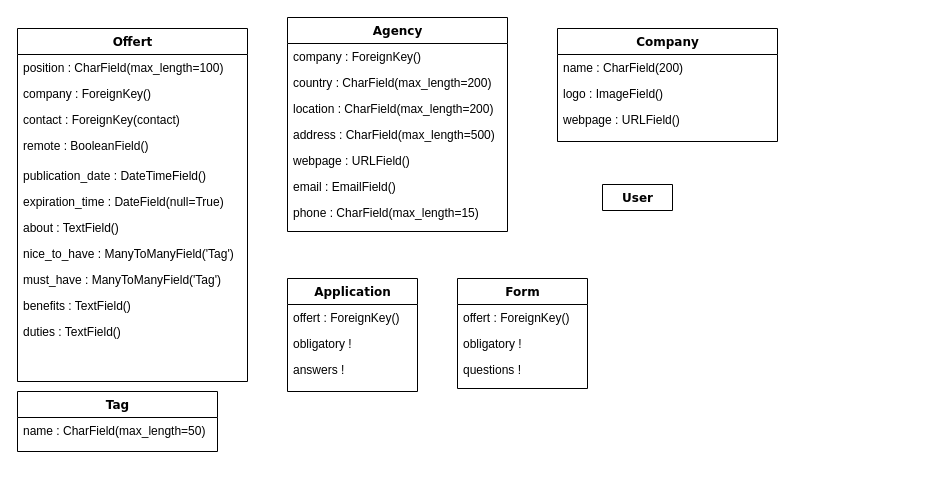
Above: Model diagram.drawio in praglis/PortalPracy (draw.io), before the change. Source tidied: cells renumbered, new cells numbered last; positions are measured from the earlier drawing's top-left corner, leaving out a move shared by most shapes. Both pictures are drawn from the tidied source at 100%, with x=0, y=0 at pixel (17, 17).
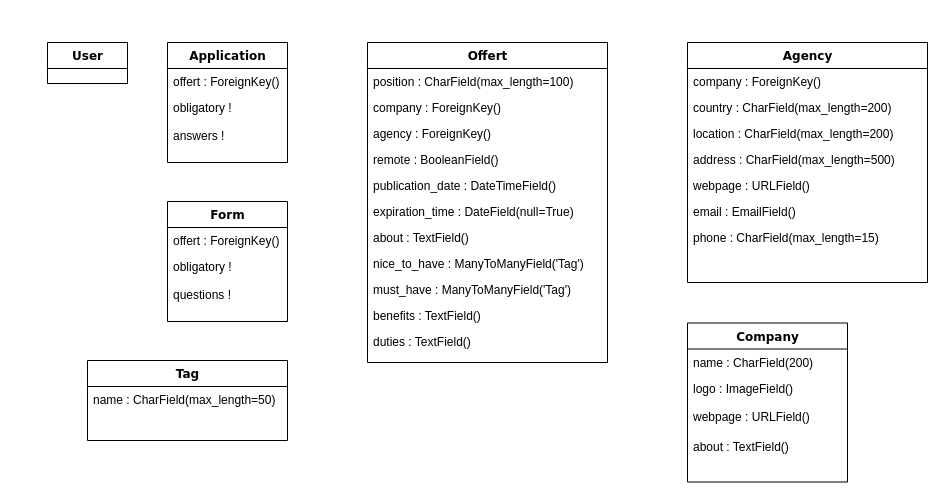
The same diagram, later.

Commit message:
Model diagram updated: added _about_ field to the **Company** model.

Change to the diagram source:
```diff
@@
     <mxCell id="2" value="Offert" style="swimlane;html=1;fontStyle=1;align=center;verticalAlign=top;horizontal=1;startSize=26;swimlaneFillColor=#ffffff;rounded=0;shadow=0;comic=0;labelBackgroundColor=none;strokeColor=#000000;strokeWidth=1;fillColor=none;fontFamily=Verdana;fontSize=12;fontColor=#000000;" parent="1" vertex="1">
-      <mxGeometry y="11" width="230" height="353" as="geometry" />
+      <mxGeometry x="350" y="25" width="240" height="320" as="geometry" />
     </mxCell>
     <mxCell id="3" value="position : CharField(max_length=100)" style="text;html=1;strokeColor=none;fillColor=none;align=left;verticalAlign=top;spacingLeft=4;spacingRight=4;whiteSpace=wrap;overflow=hidden;" parent="2" vertex="1">
-      <mxGeometry y="26" width="230" height="26" as="geometry" />
+      <mxGeometry y="26" width="240" height="26" as="geometry" />
     </mxCell>
     <mxCell id="4" value="company : ForeignKey()&lt;br&gt;&lt;br&gt;" style="text;html=1;strokeColor=none;fillColor=none;align=left;verticalAlign=top;spacingLeft=4;spacingRight=4;whiteSpace=wrap;overflow=hidden;" parent="2" vertex="1">
-      <mxGeometry y="52" width="230" height="26" as="geometry" />
+      <mxGeometry y="52" width="240" height="26" as="geometry" />
     </mxCell>
-    <mxCell id="5" value="contact : ForeignKey(contact)" style="text;html=1;strokeColor=none;fillColor=none;align=left;verticalAlign=top;spacingLeft=4;spacingRight=4;whiteSpace=wrap;overflow=hidden;" parent="2" vertex="1">
-      <mxGeometry y="78" width="230" height="26" as="geometry" />
+    <mxCell id="5" value="agency : ForeignKey()" style="text;html=1;strokeColor=none;fillColor=none;align=left;verticalAlign=top;spacingLeft=4;spacingRight=4;whiteSpace=wrap;overflow=hidden;" parent="2" vertex="1">
+      <mxGeometry y="78" width="240" height="26" as="geometry" />
     </mxCell>
     <mxCell id="6" value="remote : BooleanField()" style="text;html=1;strokeColor=none;fillColor=none;align=left;verticalAlign=top;spacingLeft=4;spacingRight=4;whiteSpace=wrap;overflow=hidden;" parent="2" vertex="1">
-      <mxGeometry y="104" width="230" height="30" as="geometry" />
+      <mxGeometry y="104" width="240" height="26" as="geometry" />
     </mxCell>
     <mxCell id="7" value="publication_date : DateTimeField()" style="text;html=1;strokeColor=none;fillColor=none;align=left;verticalAlign=top;spacingLeft=4;spacingRight=4;whiteSpace=wrap;overflow=hidden;" parent="2" vertex="1">
-      <mxGeometry y="134" width="230" height="26" as="geometry" />
+      <mxGeometry y="130" width="240" height="26" as="geometry" />
     </mxCell>
     <mxCell id="8" value="expiration_time : DateField(null=True)" style="text;html=1;strokeColor=none;fillColor=none;align=left;verticalAlign=top;spacingLeft=4;spacingRight=4;whiteSpace=wrap;overflow=hidden;" parent="2" vertex="1">
-      <mxGeometry y="160" width="230" height="26" as="geometry" />
+      <mxGeometry y="156" width="240" height="26" as="geometry" />
     </mxCell>
     <mxCell id="9" value="about : TextField()" style="text;html=1;strokeColor=none;fillColor=none;align=left;verticalAlign=top;spacingLeft=4;spacingRight=4;whiteSpace=wrap;overflow=hidden;" parent="2" vertex="1">
-      <mxGeometry y="186" width="230" height="26" as="geometry" />
+      <mxGeometry y="182" width="240" height="26" as="geometry" />
     </mxCell>
     <mxCell id="10" value="nice_to_have : ManyToManyField('Tag')" style="text;html=1;strokeColor=none;fillColor=none;align=left;verticalAlign=top;spacingLeft=4;spacingRight=4;whiteSpace=wrap;overflow=hidden;" parent="2" vertex="1">
-      <mxGeometry y="212" width="230" height="26" as="geometry" />
+      <mxGeometry y="208" width="240" height="26" as="geometry" />
     </mxCell>
     <mxCell id="11" value="must_have : ManyToManyField('Tag')" style="text;html=1;strokeColor=none;fillColor=none;align=left;verticalAlign=top;spacingLeft=4;spacingRight=4;whiteSpace=wrap;overflow=hidden;" parent="2" vertex="1">
-      <mxGeometry y="238" width="230" height="26" as="geometry" />
+      <mxGeometry y="234" width="240" height="26" as="geometry" />
     </mxCell>
     <mxCell id="12" value="benefits : TextField()" style="text;html=1;strokeColor=none;fillColor=none;align=left;verticalAlign=top;spacingLeft=4;spacingRight=4;whiteSpace=wrap;overflow=hidden;" parent="2" vertex="1">
-      <mxGeometry y="264" width="230" height="26" as="geometry" />
+      <mxGeometry y="260" width="240" height="26" as="geometry" />
     </mxCell>
     <mxCell id="13" value="duties : TextField()&lt;br&gt;" style="text;html=1;strokeColor=none;fillColor=none;align=left;verticalAlign=top;spacingLeft=4;spacingRight=4;whiteSpace=wrap;overflow=hidden;" parent="2" vertex="1">
-      <mxGeometry y="290" width="230" height="26" as="geometry" />
+      <mxGeometry y="286" width="240" height="34" as="geometry" />
     </mxCell>
     <mxCell id="14" value="Agency" style="swimlane;html=1;fontStyle=1;align=center;verticalAlign=top;horizontal=1;startSize=26;swimlaneFillColor=#ffffff;rounded=0;shadow=0;comic=0;labelBackgroundColor=none;strokeColor=#000000;strokeWidth=1;fillColor=none;fontFamily=Verdana;fontSize=12;fontColor=#000000;" parent="1" vertex="1">
-      <mxGeometry x="270" width="220" height="214" as="geometry" />
+      <mxGeometry x="670" y="25" width="240" height="240" as="geometry" />
     </mxCell>
     <mxCell id="15" value="company : ForeignKey()" style="text;html=1;strokeColor=none;fillColor=none;align=left;verticalAlign=top;spacingLeft=4;spacingRight=4;whiteSpace=wrap;overflow=hidden;" parent="14" vertex="1">
-      <mxGeometry y="26" width="220" height="26" as="geometry" />
+      <mxGeometry y="26" width="240" height="26" as="geometry" />
     </mxCell>
     <mxCell id="16" value="country : CharField(max_length=200)" style="text;html=1;strokeColor=none;fillColor=none;align=left;verticalAlign=top;spacingLeft=4;spacingRight=4;whiteSpace=wrap;overflow=hidden;" parent="14" vertex="1">
-      <mxGeometry y="52" width="220" height="26" as="geometry" />
+      <mxGeometry y="52" width="240" height="26" as="geometry" />
     </mxCell>
     <mxCell id="17" value="location : CharField(max_length=200)" style="text;html=1;strokeColor=none;fillColor=none;align=left;verticalAlign=top;spacingLeft=4;spacingRight=4;whiteSpace=wrap;overflow=hidden;" parent="14" vertex="1">
-      <mxGeometry y="78" width="220" height="26" as="geometry" />
+      <mxGeometry y="78" width="240" height="26" as="geometry" />
     </mxCell>
     <mxCell id="18" value="address : CharField(max_length=500)" style="text;html=1;strokeColor=none;fillColor=none;align=left;verticalAlign=top;spacingLeft=4;spacingRight=4;whiteSpace=wrap;overflow=hidden;" parent="14" vertex="1">
-      <mxGeometry y="104" width="220" height="26" as="geometry" />
+      <mxGeometry y="104" width="240" height="26" as="geometry" />
     </mxCell>
     <mxCell id="19" value="webpage : URLField()" style="text;html=1;strokeColor=none;fillColor=none;align=left;verticalAlign=top;spacingLeft=4;spacingRight=4;whiteSpace=wrap;overflow=hidden;" parent="14" vertex="1">
-      <mxGeometry y="130" width="220" height="26" as="geometry" />
+      <mxGeometry y="130" width="240" height="26" as="geometry" />
     </mxCell>
     <mxCell id="20" value="email : EmailField()" style="text;html=1;strokeColor=none;fillColor=none;align=left;verticalAlign=top;spacingLeft=4;spacingRight=4;whiteSpace=wrap;overflow=hidden;" parent="14" vertex="1">
-      <mxGeometry y="156" width="220" height="26" as="geometry" />
+      <mxGeometry y="156" width="240" height="26" as="geometry" />
     </mxCell>
     <mxCell id="21" value="phone : CharField(max_length=15)" style="text;html=1;strokeColor=none;fillColor=none;align=left;verticalAlign=top;spacingLeft=4;spacingRight=4;whiteSpace=wrap;overflow=hidden;" parent="14" vertex="1">
-      <mxGeometry y="182" width="220" height="26" as="geometry" />
+      <mxGeometry y="182" width="240" height="58" as="geometry" />
     </mxCell>
     <mxCell id="22" value="Company" style="swimlane;html=1;fontStyle=1;align=center;verticalAlign=top;horizontal=1;startSize=26;swimlaneFillColor=#ffffff;rounded=0;shadow=0;comic=0;labelBackgroundColor=none;strokeColor=#000000;strokeWidth=1;fillColor=none;fontFamily=Verdana;fontSize=12;fontColor=#000000;" parent="1" vertex="1">
-      <mxGeometry x="540" y="11" width="220" height="113" as="geometry" />
+      <mxGeometry x="670" y="305.5" width="160" height="159" as="geometry" />
     </mxCell>
     <mxCell id="23" value="name : CharField(200)" style="text;html=1;strokeColor=none;fillColor=none;align=left;verticalAlign=top;spacingLeft=4;spacingRight=4;whiteSpace=wrap;overflow=hidden;" parent="22" vertex="1">
-      <mxGeometry y="26" width="220" height="26" as="geometry" />
+      <mxGeometry y="26" width="160" height="26" as="geometry" />
     </mxCell>
     <mxCell id="24" value="logo : ImageField()" style="text;html=1;strokeColor=none;fillColor=none;align=left;verticalAlign=top;spacingLeft=4;spacingRight=4;whiteSpace=wrap;overflow=hidden;" parent="22" vertex="1">
-      <mxGeometry y="52" width="220" height="26" as="geometry" />
+      <mxGeometry y="52" width="160" height="28" as="geometry" />
     </mxCell>
     <mxCell id="25" value="webpage : URLField()" style="text;html=1;strokeColor=none;fillColor=none;align=left;verticalAlign=top;spacingLeft=4;spacingRight=4;whiteSpace=wrap;overflow=hidden;" parent="22" vertex="1">
-      <mxGeometry y="78" width="220" height="26" as="geometry" />
+      <mxGeometry y="80" width="160" height="30" as="geometry" />
     </mxCell>
+    <mxCell id="37" value="about : TextField()" style="text;html=1;strokeColor=none;fillColor=none;align=left;verticalAlign=top;spacingLeft=4;spacingRight=4;whiteSpace=wrap;overflow=hidden;" parent="22" vertex="1">
+      <mxGeometry y="110" width="160" height="26" as="geometry" />
+    </mxCell>
-    <mxCell id="26" value="User" style="swimlane;html=1;fontStyle=1;align=center;verticalAlign=top;horizontal=1;startSize=26;swimlaneFillColor=#ffffff;rounded=0;shadow=0;comic=0;labelBackgroundColor=none;strokeColor=#000000;strokeWidth=1;fillColor=none;fontFamily=Verdana;fontSize=12;fontColor=#000000;" parent="1" vertex="1" collapsed="1">
-      <mxGeometry x="585" y="167" width="70" height="26" as="geometry" />
+    <mxCell id="26" value="User" style="swimlane;html=1;fontStyle=1;align=center;verticalAlign=top;horizontal=1;startSize=26;swimlaneFillColor=#ffffff;rounded=0;shadow=0;comic=0;labelBackgroundColor=none;strokeColor=#000000;strokeWidth=1;fillColor=none;fontFamily=Verdana;fontSize=12;fontColor=#000000;" parent="1" vertex="1">
+      <mxGeometry x="30" y="25" width="80" height="41" as="geometry" />
     </mxCell>
     <mxCell id="27" value="Application" style="swimlane;html=1;fontStyle=1;align=center;verticalAlign=top;horizontal=1;startSize=26;swimlaneFillColor=#ffffff;rounded=0;shadow=0;comic=0;labelBackgroundColor=none;strokeColor=#000000;strokeWidth=1;fillColor=none;fontFamily=Verdana;fontSize=12;fontColor=#000000;" parent="1" vertex="1">
-      <mxGeometry x="270" y="261" width="130" height="113" as="geometry" />
+      <mxGeometry x="150" y="25" width="120" height="120" as="geometry" />
     </mxCell>
     <mxCell id="28" value="offert : ForeignKey()&lt;br&gt;&lt;br&gt;" style="text;html=1;strokeColor=none;fillColor=none;align=left;verticalAlign=top;spacingLeft=4;spacingRight=4;whiteSpace=wrap;overflow=hidden;" parent="27" vertex="1">
-      <mxGeometry y="26" width="130" height="26" as="geometry" />
+      <mxGeometry y="26" width="120" height="26" as="geometry" />
     </mxCell>
     <mxCell id="29" value="obligatory !&lt;br&gt;" style="text;html=1;strokeColor=none;fillColor=none;align=left;verticalAlign=top;spacingLeft=4;spacingRight=4;whiteSpace=wrap;overflow=hidden;" parent="27" vertex="1">
-      <mxGeometry y="52" width="130" height="26" as="geometry" />
+      <mxGeometry y="52" width="120" height="28" as="geometry" />
     </mxCell>
     <mxCell id="30" value="answers !&lt;br&gt;" style="text;html=1;strokeColor=none;fillColor=none;align=left;verticalAlign=top;spacingLeft=4;spacingRight=4;whiteSpace=wrap;overflow=hidden;" parent="27" vertex="1">
-      <mxGeometry y="78" width="130" height="26" as="geometry" />
+      <mxGeometry y="80" width="120" height="40" as="geometry" />
     </mxCell>
     <mxCell id="31" value="Form" style="swimlane;html=1;fontStyle=1;align=center;verticalAlign=top;horizontal=1;startSize=26;swimlaneFillColor=#ffffff;rounded=0;shadow=0;comic=0;labelBackgroundColor=none;strokeColor=#000000;strokeWidth=1;fillColor=none;fontFamily=Verdana;fontSize=12;fontColor=#000000;" parent="1" vertex="1">
-      <mxGeometry x="440" y="261" width="130" height="110" as="geometry" />
+      <mxGeometry x="150" y="184" width="120" height="120" as="geometry" />
     </mxCell>
     <mxCell id="32" value="offert : ForeignKey()&lt;br&gt;&lt;br&gt;" style="text;html=1;strokeColor=none;fillColor=none;align=left;verticalAlign=top;spacingLeft=4;spacingRight=4;whiteSpace=wrap;overflow=hidden;" parent="31" vertex="1">
-      <mxGeometry y="26" width="130" height="26" as="geometry" />
+      <mxGeometry y="26" width="120" height="26" as="geometry" />
     </mxCell>
     <mxCell id="33" value="obligatory !&lt;br&gt;" style="text;html=1;strokeColor=none;fillColor=none;align=left;verticalAlign=top;spacingLeft=4;spacingRight=4;whiteSpace=wrap;overflow=hidden;" parent="31" vertex="1">
-      <mxGeometry y="52" width="130" height="26" as="geometry" />
+      <mxGeometry y="52" width="120" height="28" as="geometry" />
     </mxCell>
     <mxCell id="34" value="questions !&lt;br&gt;" style="text;html=1;strokeColor=none;fillColor=none;align=left;verticalAlign=top;spacingLeft=4;spacingRight=4;whiteSpace=wrap;overflow=hidden;" parent="31" vertex="1">
-      <mxGeometry y="78" width="130" height="26" as="geometry" />
+      <mxGeometry y="80" width="120" height="26" as="geometry" />
     </mxCell>
     <mxCell id="35" value="Tag" style="swimlane;html=1;fontStyle=1;align=center;verticalAlign=top;horizontal=1;startSize=26;swimlaneFillColor=#ffffff;rounded=0;shadow=0;comic=0;labelBackgroundColor=none;strokeColor=#000000;strokeWidth=1;fillColor=none;fontFamily=Verdana;fontSize=12;fontColor=#000000;" parent="1" vertex="1">
-      <mxGeometry y="374" width="200" height="60" as="geometry" />
+      <mxGeometry x="70" y="343" width="200" height="80" as="geometry" />
     </mxCell>
```
